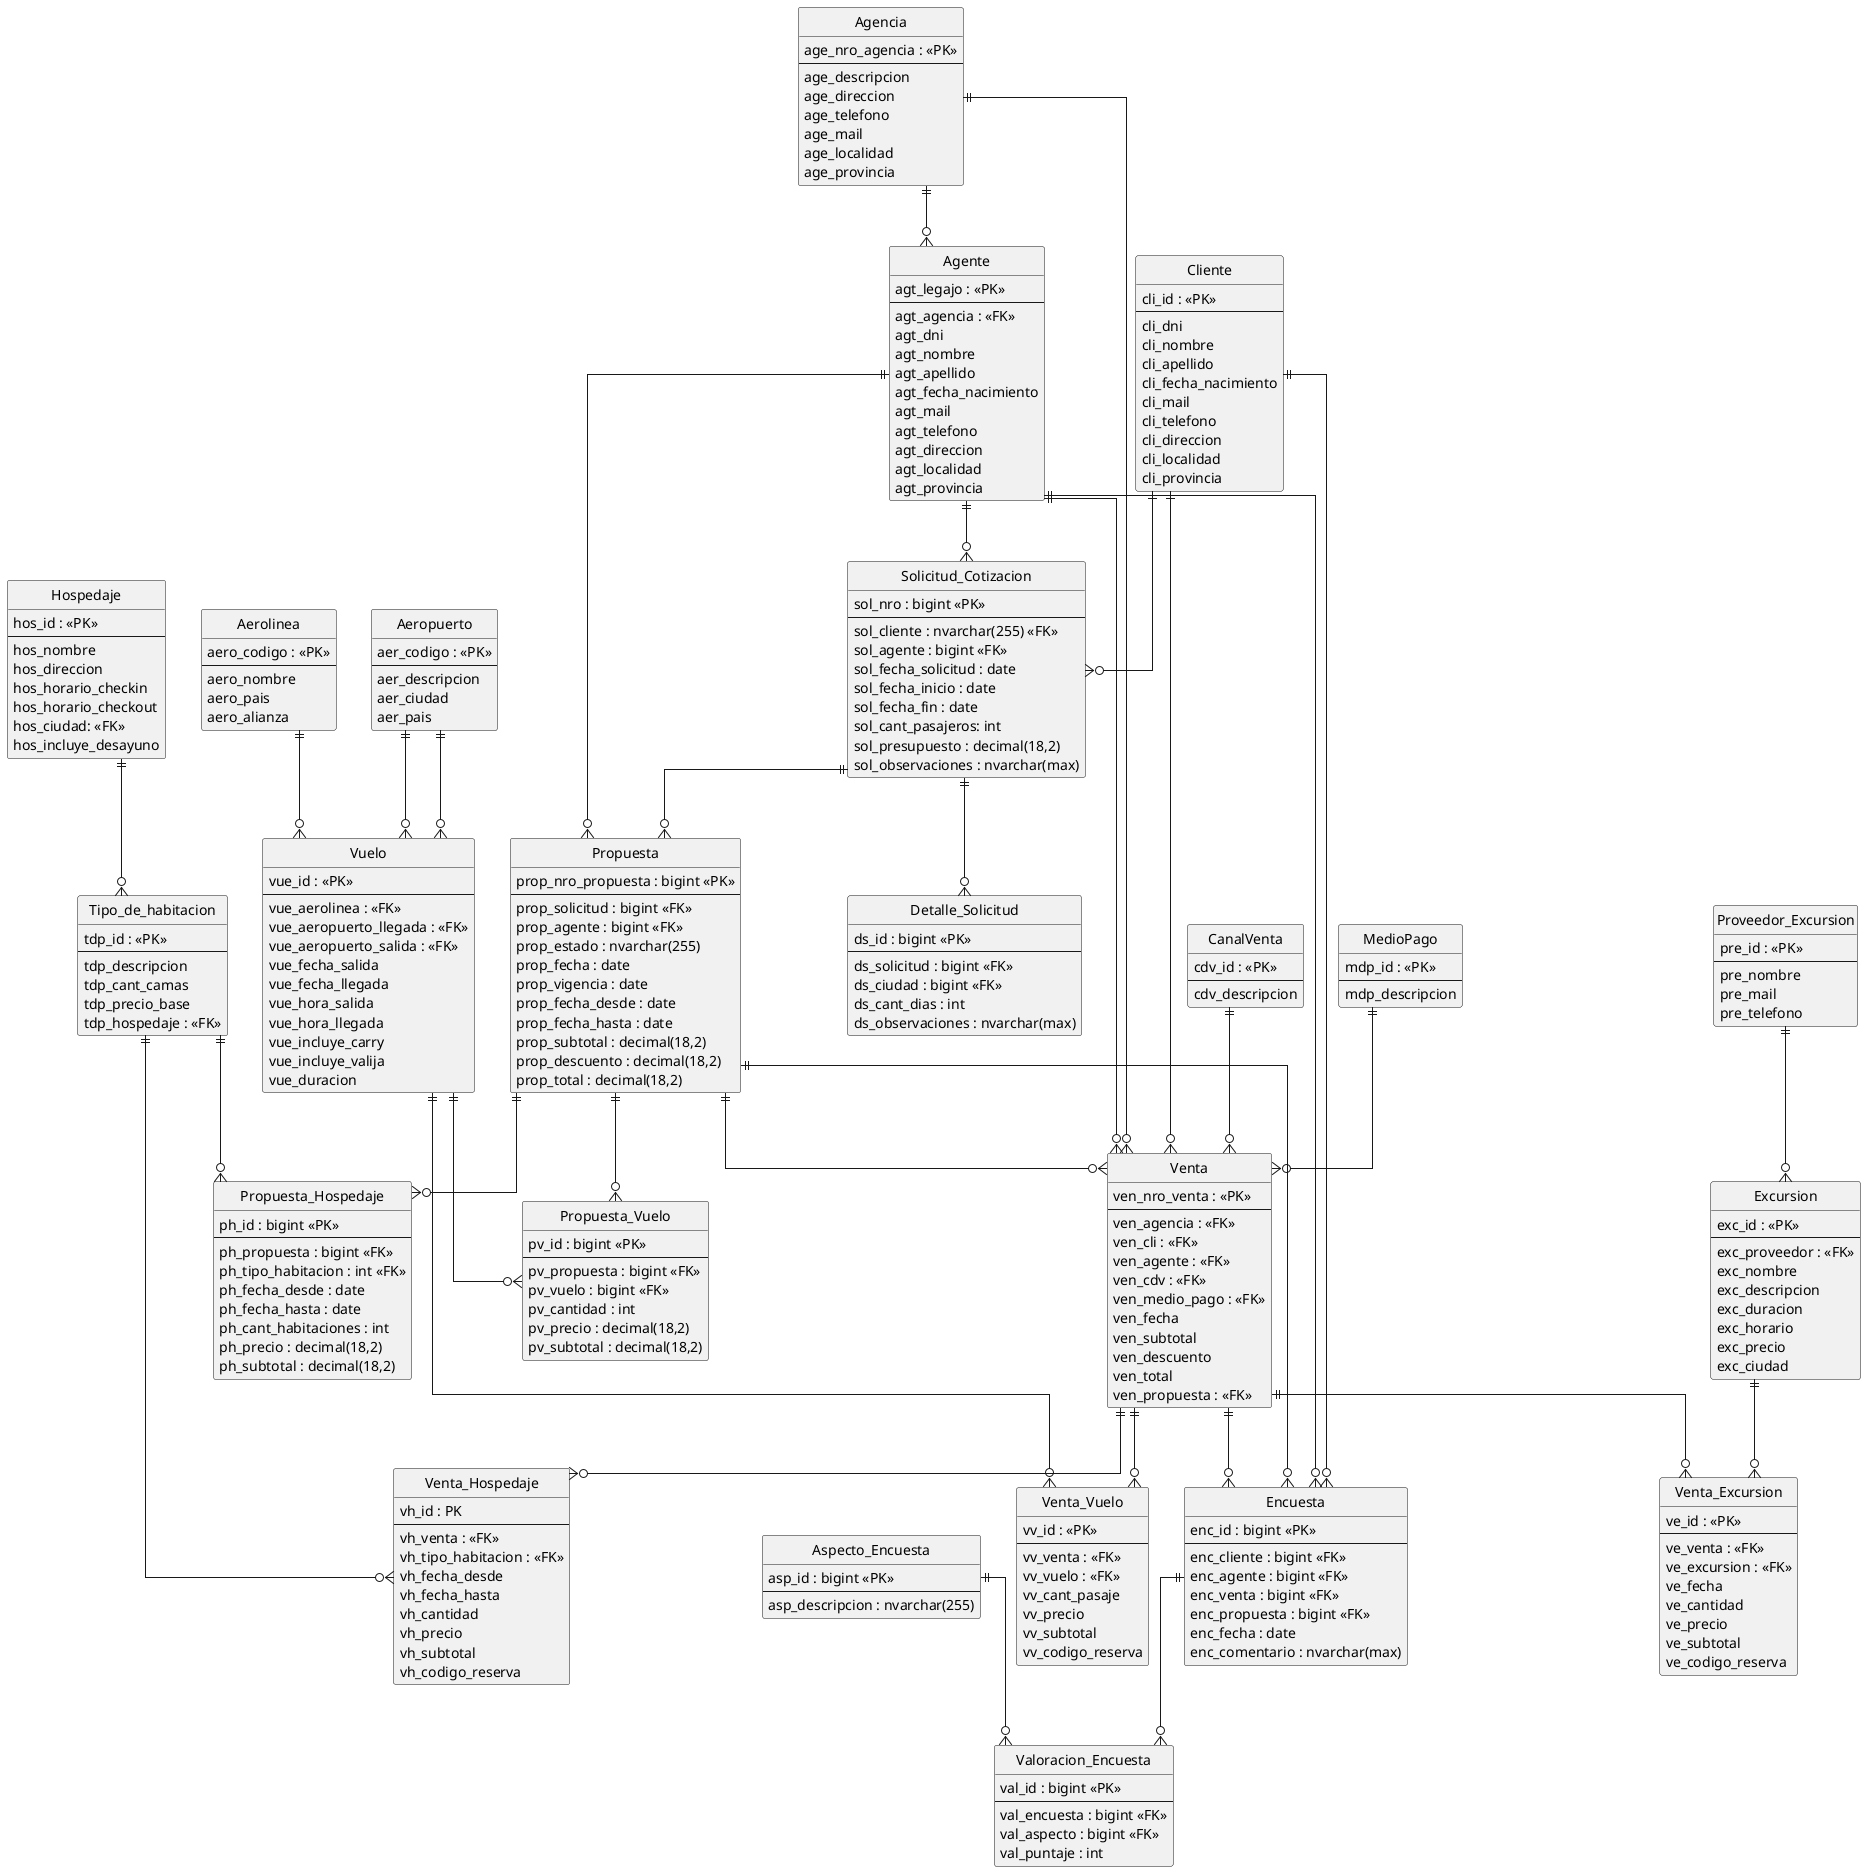
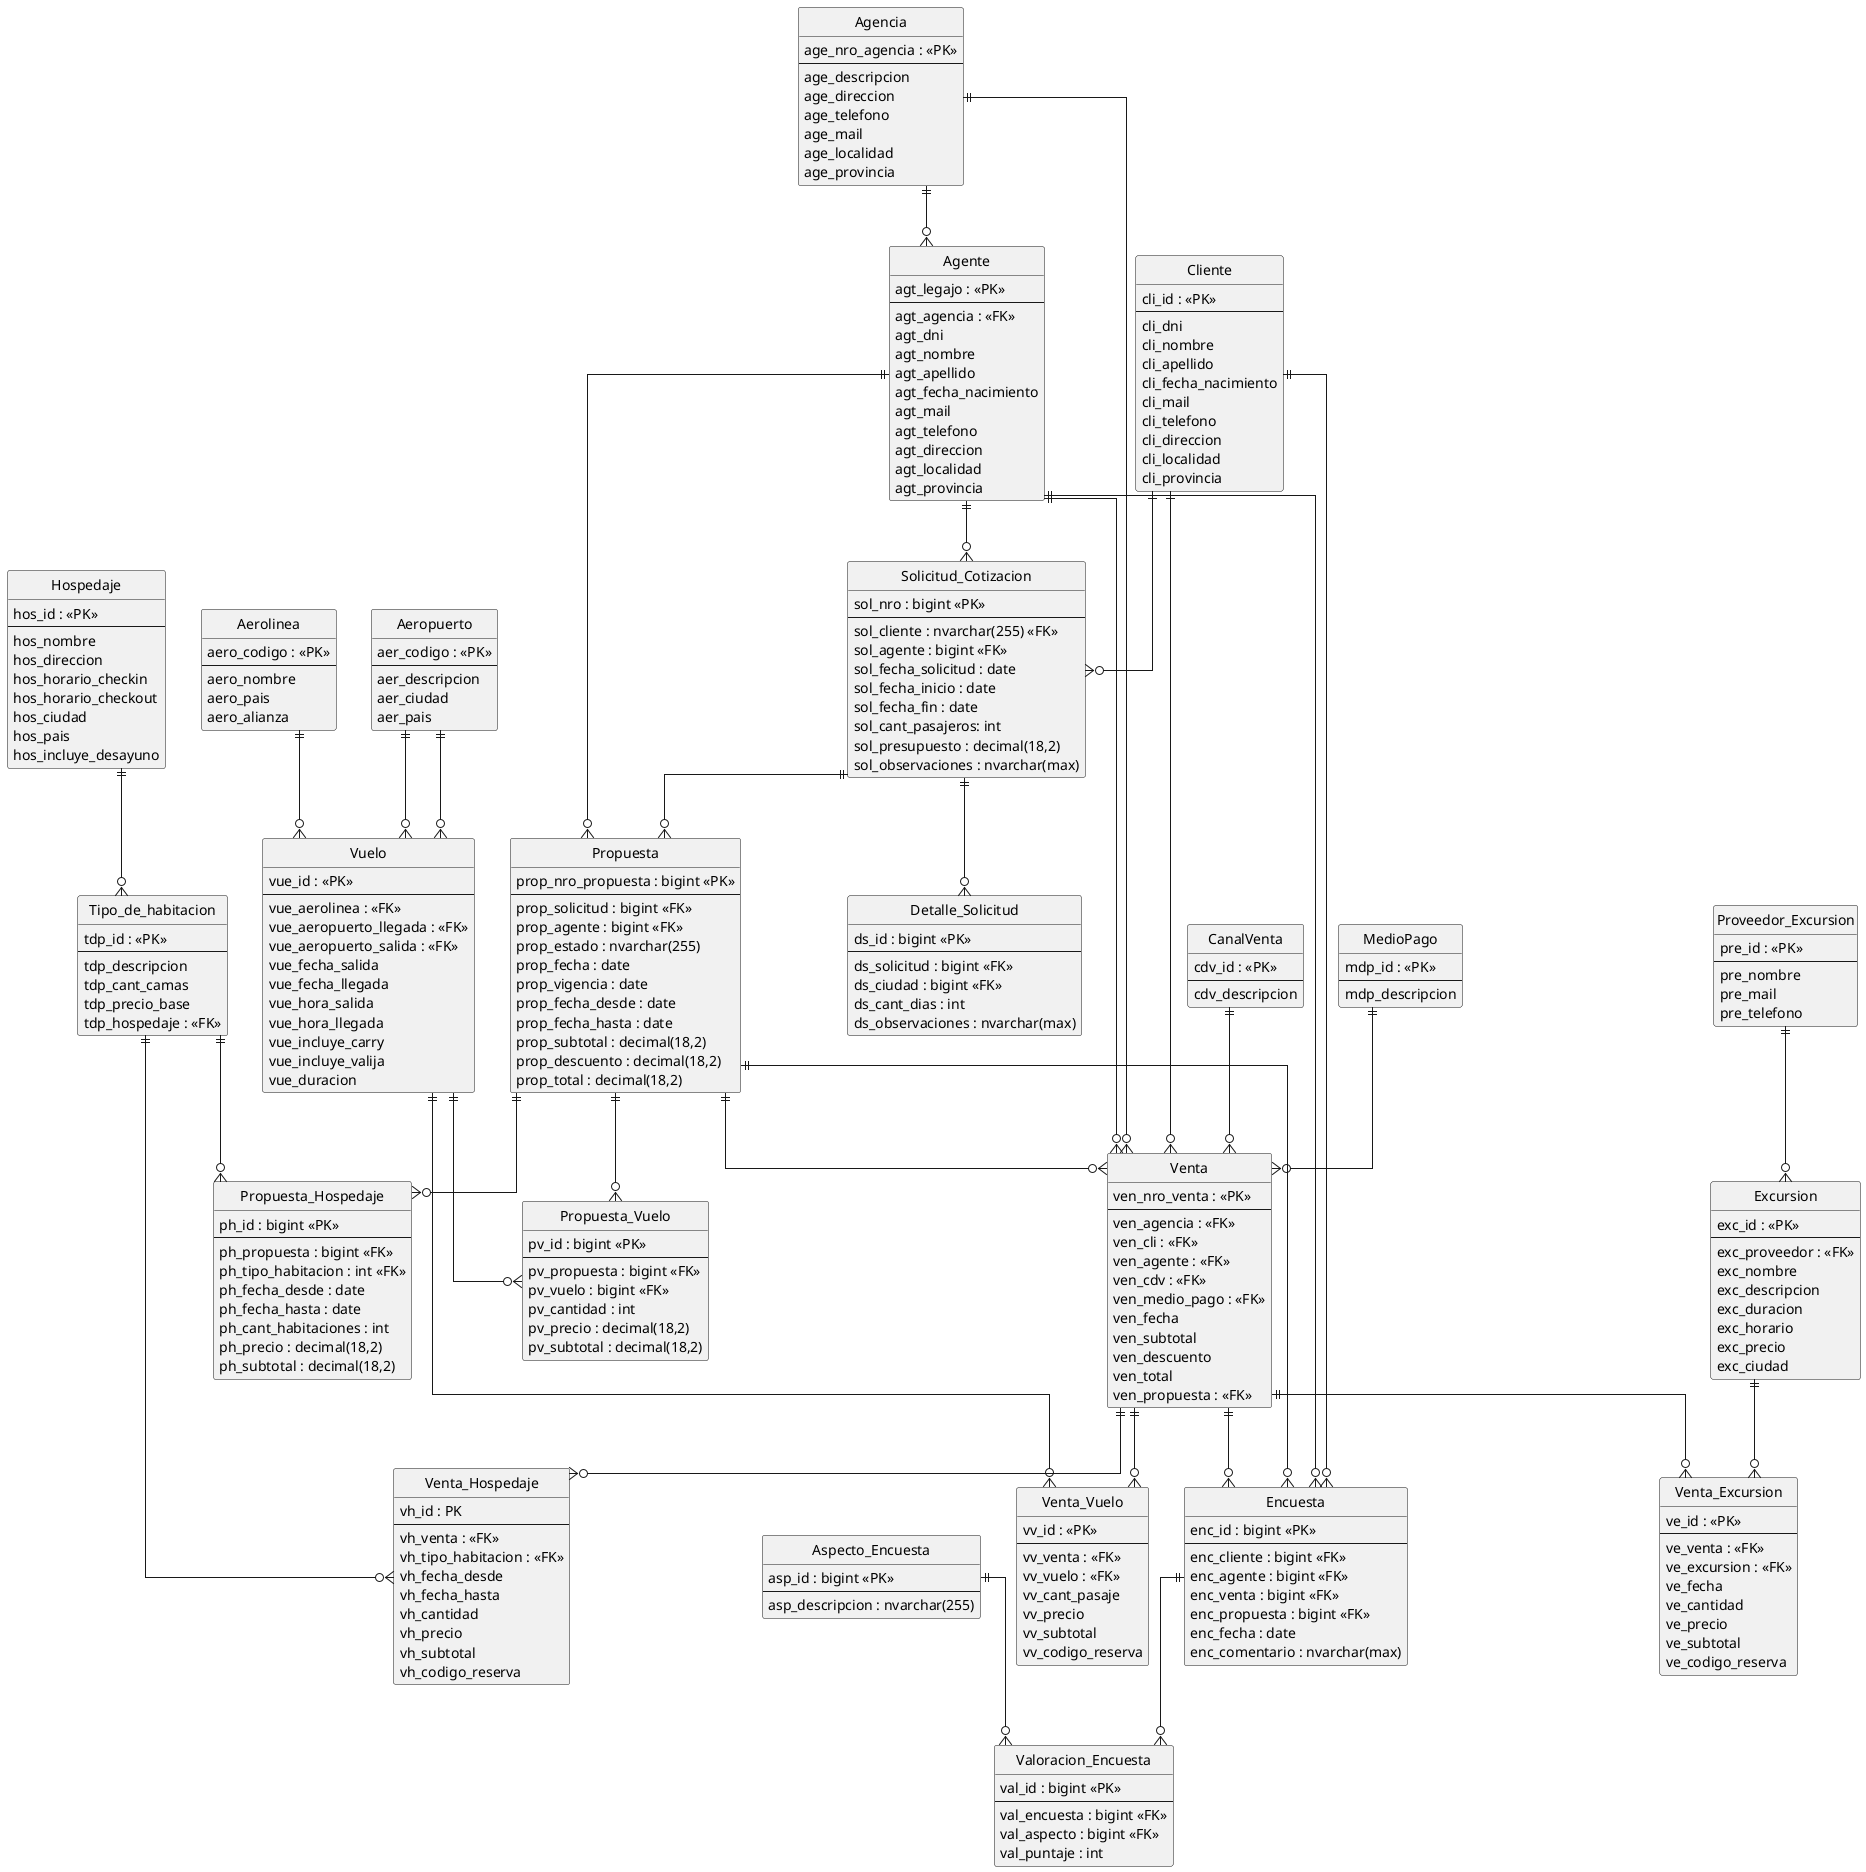
@startuml
hide circle
skinparam linetype ortho

entity Agencia {
  age_nro_agencia : <<PK>>
  --
  age_descripcion
  age_direccion
  age_telefono
  age_mail
  age_localidad
  age_provincia
}

entity Cliente {
  cli_id : <<PK>>
  --
  cli_dni
  cli_nombre
  cli_apellido
  cli_fecha_nacimiento
  cli_mail
  cli_telefono
  cli_direccion
  cli_localidad
  cli_provincia
}

entity Agente {
  agt_legajo : <<PK>>
  --
  agt_agencia : <<FK>>
  agt_dni
  agt_nombre
  agt_apellido
  agt_fecha_nacimiento
  agt_mail
  agt_telefono
  agt_direccion
  agt_localidad
  agt_provincia
}

entity CanalVenta {
  cdv_id : <<PK>>
  --
  cdv_descripcion
}

entity MedioPago {
  mdp_id : <<PK>>
  --
  mdp_descripcion
}

entity Aerolinea {
  aero_codigo : <<PK>>
  --
  aero_nombre
  aero_pais
  aero_alianza
}

entity Aeropuerto {
  aer_codigo : <<PK>>
  --
  aer_descripcion
  aer_ciudad
  aer_pais
}

entity Vuelo {
  vue_id : <<PK>>
  --
  vue_aerolinea : <<FK>>
  vue_aeropuerto_llegada : <<FK>>
  vue_aeropuerto_salida : <<FK>>
  vue_fecha_salida
  vue_fecha_llegada
  vue_hora_salida
  vue_hora_llegada
  vue_incluye_carry
  vue_incluye_valija
  vue_duracion
}

entity Hospedaje {
  hos_id : <<PK>>
  --
  hos_nombre
  hos_direccion
  hos_horario_checkin
  hos_horario_checkout
-   hos_ciudad: <<FK>>
+   hos_ciudad
+   hos_pais
  hos_incluye_desayuno
}

entity Tipo_de_habitacion {
  tdp_id : <<PK>>
  --
  tdp_descripcion
  tdp_cant_camas
  tdp_precio_base
  tdp_hospedaje : <<FK>>
}

entity Proveedor_Excursion {
  pre_id : <<PK>>
  --
  pre_nombre
  pre_mail
  pre_telefono
}

entity Excursion {
  exc_id : <<PK>>
  --
  exc_proveedor : <<FK>>
  exc_nombre
  exc_descripcion
  exc_duracion
  exc_horario
  exc_precio
  exc_ciudad
}

entity Venta {
  ven_nro_venta : <<PK>>
  --
  ven_agencia : <<FK>>
  ven_cli : <<FK>>
  ven_agente : <<FK>>
  ven_cdv : <<FK>>
  ven_medio_pago : <<FK>>
  ven_fecha
  ven_subtotal
  ven_descuento
  ven_total
  ven_propuesta : <<FK>>
}

entity Venta_Vuelo {
  vv_id : <<PK>>
  --
  vv_venta : <<FK>>
  vv_vuelo : <<FK>>
  vv_cant_pasaje
  vv_precio
  vv_subtotal
  vv_codigo_reserva
}

entity Venta_Hospedaje {
  vh_id : PK
  --
  vh_venta : <<FK>>
  vh_tipo_habitacion : <<FK>>
  vh_fecha_desde
  vh_fecha_hasta
  vh_cantidad
  vh_precio
  vh_subtotal
  vh_codigo_reserva
}

entity Venta_Excursion {
  ve_id : <<PK>>
  --
  ve_venta : <<FK>>
  ve_excursion : <<FK>>
  ve_fecha
  ve_cantidad
  ve_precio
  ve_subtotal
  ve_codigo_reserva
}

entity Solicitud_Cotizacion {
  sol_nro : bigint <<PK>>
  --
  sol_cliente : nvarchar(255) <<FK>>
  sol_agente : bigint <<FK>>
  sol_fecha_solicitud : date
  sol_fecha_inicio : date
  sol_fecha_fin : date
  sol_cant_pasajeros: int
  sol_presupuesto : decimal(18,2)
  sol_observaciones : nvarchar(max)
}

entity Detalle_Solicitud {
  ds_id : bigint <<PK>>
  --
  ds_solicitud : bigint <<FK>>
  ds_ciudad : bigint <<FK>>
  ds_cant_dias : int
  ds_observaciones : nvarchar(max)
}

entity Propuesta {
  prop_nro_propuesta : bigint <<PK>>
  --
  prop_solicitud : bigint <<FK>>
  prop_agente : bigint <<FK>>
  prop_estado : nvarchar(255)
  prop_fecha : date
  prop_vigencia : date
  prop_fecha_desde : date
  prop_fecha_hasta : date
  prop_subtotal : decimal(18,2)
  prop_descuento : decimal(18,2)
  prop_total : decimal(18,2)
}

entity Propuesta_Vuelo {
  pv_id : bigint <<PK>>
  --
  pv_propuesta : bigint <<FK>>
  pv_vuelo : bigint <<FK>>
  pv_cantidad : int
  pv_precio : decimal(18,2)
  pv_subtotal : decimal(18,2)
}

entity Propuesta_Hospedaje {
  ph_id : bigint <<PK>>
  --
  ph_propuesta : bigint <<FK>>
  ph_tipo_habitacion : int <<FK>>
  ph_fecha_desde : date
  ph_fecha_hasta : date
  ph_cant_habitaciones : int
  ph_precio : decimal(18,2)
  ph_subtotal : decimal(18,2)
}

entity Encuesta {
  enc_id : bigint <<PK>>
  --
  enc_cliente : bigint <<FK>>
  enc_agente : bigint <<FK>>
  enc_venta : bigint <<FK>>
  enc_propuesta : bigint <<FK>>
  enc_fecha : date
  enc_comentario : nvarchar(max)
}

entity Aspecto_Encuesta {
  asp_id : bigint <<PK>>
  --
  asp_descripcion : nvarchar(255)
}

entity Valoracion_Encuesta {
  val_id : bigint <<PK>>
  --
  val_encuesta : bigint <<FK>>
  val_aspecto : bigint <<FK>>
  val_puntaje : int
}

Agencia ||--o{ Agente
Agencia ||--o{ Venta

Cliente ||--o{ Venta
Cliente ||--o{ Solicitud_Cotizacion
Cliente ||--o{ Encuesta

Agente ||--o{ Venta
Agente ||--o{ Solicitud_Cotizacion
Agente ||--o{ Propuesta
Agente ||--o{ Encuesta

CanalVenta ||--o{ Venta
MedioPago ||--o{ Venta

Aerolinea ||--o{ Vuelo
Aeropuerto ||--o{ Vuelo
Aeropuerto ||--o{ Vuelo

Hospedaje ||--o{ Tipo_de_habitacion

Proveedor_Excursion ||--o{ Excursion

Venta ||--o{ Venta_Vuelo
Venta ||--o{ Venta_Hospedaje
Venta ||--o{ Venta_Excursion

Vuelo ||--o{ Venta_Vuelo
Tipo_de_habitacion ||--o{ Venta_Hospedaje
Excursion ||--o{ Venta_Excursion

Solicitud_Cotizacion ||--o{ Detalle_Solicitud
Solicitud_Cotizacion ||--o{ Propuesta

Propuesta ||--o{ Propuesta_Vuelo
Propuesta ||--o{ Propuesta_Hospedaje

Vuelo ||--o{ Propuesta_Vuelo
Tipo_de_habitacion ||--o{ Propuesta_Hospedaje

Propuesta ||--o{ Venta

Encuesta ||--o{ Valoracion_Encuesta
Aspecto_Encuesta ||--o{ Valoracion_Encuesta

Venta ||--o{ Encuesta
Propuesta ||--o{ Encuesta


@enduml
